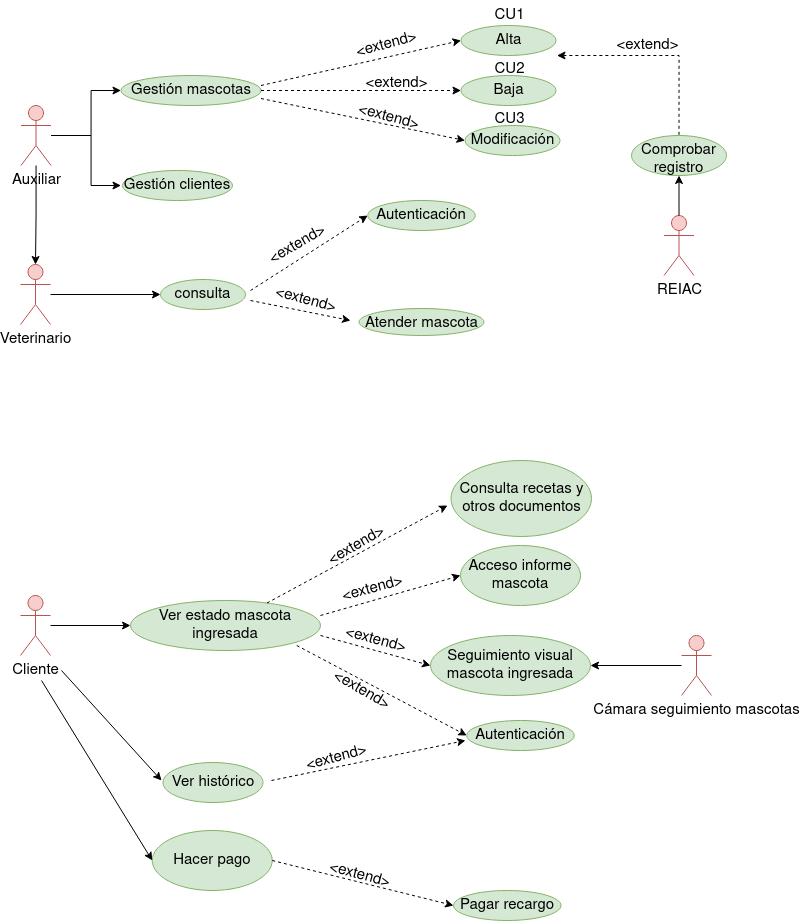
colidom/ets keeps this draw.io diagram as Tareas/casosUso/Tarea1/img/ClinicaVeterinaria.drawio.png. Above is the earlier version. Source tidied: cells renumbered, new cells last; positions are measured from the earlier drawing's top-left corner, leaving out a move shared by most shapes.
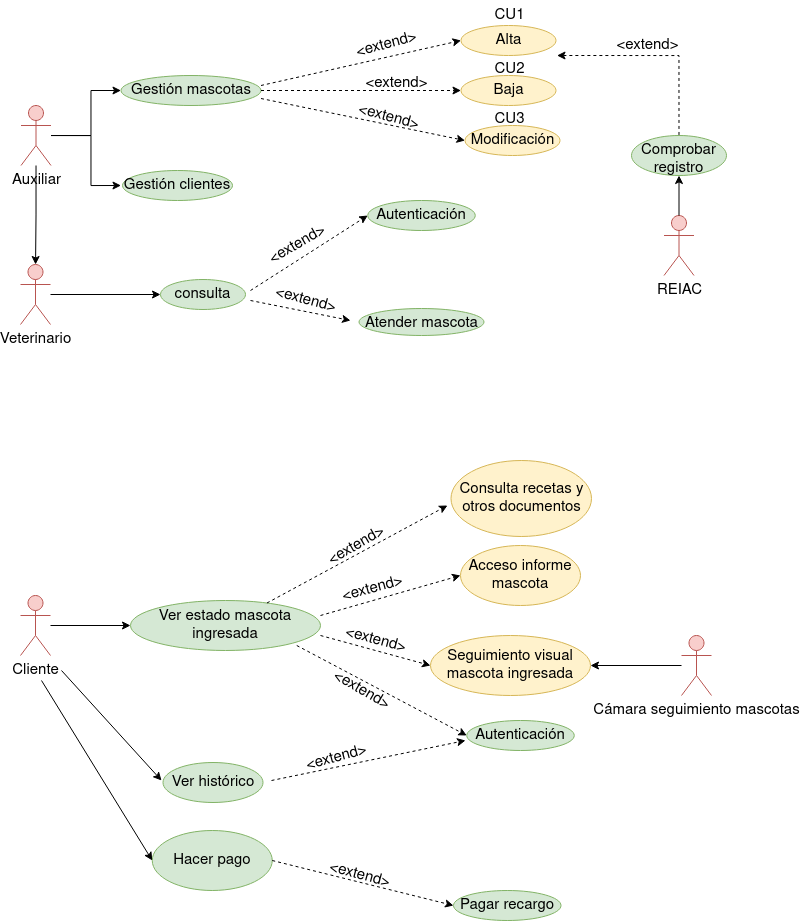
After the commit.

Change to the diagram source:
```diff
@@ -25,10 +25,10 @@
     <mxCell id="7" value="consulta" style="ellipse;whiteSpace=wrap;html=1;verticalAlign=top;fillColor=#d5e8d4;strokeColor=#82b366;fontSize=15;" parent="1" vertex="1">
       <mxGeometry x="140" y="279" width="85" height="30" as="geometry" />
     </mxCell>
-    <mxCell id="8" value="Baja" style="ellipse;whiteSpace=wrap;html=1;verticalAlign=top;fillColor=#d5e8d4;strokeColor=#82b366;fontSize=15;" parent="1" vertex="1">
+    <mxCell id="8" value="Baja" style="ellipse;whiteSpace=wrap;html=1;verticalAlign=top;fillColor=#fff2cc;strokeColor=#d6b656;fontSize=15;" parent="1" vertex="1">
       <mxGeometry x="440.5" y="75" width="95" height="30" as="geometry" />
     </mxCell>
-    <mxCell id="9" value="Modificación" style="ellipse;whiteSpace=wrap;html=1;verticalAlign=top;fillColor=#d5e8d4;strokeColor=#82b366;fontSize=15;" parent="1" vertex="1">
+    <mxCell id="9" value="Modificación" style="ellipse;whiteSpace=wrap;html=1;verticalAlign=top;fillColor=#fff2cc;strokeColor=#d6b656;fontSize=15;" parent="1" vertex="1">
       <mxGeometry x="444.5" y="125" width="95" height="30" as="geometry" />
     </mxCell>
     <mxCell id="10" style="edgeStyle=orthogonalEdgeStyle;rounded=0;jettySize=auto;html=1;fontSize=13;dashed=1;startArrow=classic;startFill=1;endArrow=none;endFill=0;" parent="1" edge="1" target="14">
@@ -36,7 +36,7 @@
         <mxPoint x="536.5" y="55" as="sourcePoint" />
       </mxGeometry>
     </mxCell>
-    <mxCell id="11" value="Alta" style="ellipse;whiteSpace=wrap;html=1;verticalAlign=top;fillColor=#d5e8d4;strokeColor=#82b366;fontSize=15;" parent="1" vertex="1">
+    <mxCell id="11" value="Alta" style="ellipse;whiteSpace=wrap;html=1;verticalAlign=top;fillColor=#fff2cc;strokeColor=#d6b656;fontSize=15;" parent="1" vertex="1">
       <mxGeometry x="440.5" y="25" width="95" height="30" as="geometry" />
     </mxCell>
     <mxCell id="12" value="REIAC" style="shape=umlActor;verticalLabelPosition=bottom;verticalAlign=top;html=1;outlineConnect=0;strokeColor=#b85450;fontSize=15;fillColor=#f8cecc;" parent="1" vertex="1">
@@ -130,10 +130,10 @@
     <mxCell id="36" value="Ver estado mascota ingresada" style="ellipse;whiteSpace=wrap;html=1;fontSize=15;fillColor=#d5e8d4;strokeColor=#82b366;" parent="1" vertex="1">
       <mxGeometry x="110" y="600" width="190" height="50" as="geometry" />
     </mxCell>
-    <mxCell id="37" value="Acceso informe mascota" style="ellipse;whiteSpace=wrap;html=1;fontSize=15;fillColor=#d5e8d4;strokeColor=#82b366;" parent="1" vertex="1">
+    <mxCell id="37" value="Acceso informe mascota" style="ellipse;whiteSpace=wrap;html=1;fontSize=15;fillColor=#fff2cc;strokeColor=#d6b656;" parent="1" vertex="1">
       <mxGeometry x="440" y="545" width="120" height="60" as="geometry" />
     </mxCell>
-    <mxCell id="38" value="Seguimiento visual mascota ingresada" style="ellipse;whiteSpace=wrap;html=1;fontSize=15;fillColor=#d5e8d4;strokeColor=#82b366;" parent="1" vertex="1">
+    <mxCell id="38" value="Seguimiento visual mascota ingresada" style="ellipse;whiteSpace=wrap;html=1;fontSize=15;fillColor=#fff2cc;strokeColor=#d6b656;" parent="1" vertex="1">
       <mxGeometry x="410" y="635" width="160" height="60" as="geometry" />
     </mxCell>
     <mxCell id="39" style="endArrow=classic;html=1;rounded=0;fontSize=15;entryX=0;entryY=0.5;entryDx=0;entryDy=0;dashed=1;exitX=1;exitY=0.3;exitDx=0;exitDy=0;exitPerimeter=0;" parent="1" edge="1" source="36" target="37">
@@ -162,7 +162,7 @@
     <mxCell id="46" value="&lt;font style=&quot;font-size: 15px;&quot;&gt;&amp;lt;extend&amp;gt;&lt;/font&gt;" style="text;html=1;align=center;verticalAlign=middle;strokeColor=none;fillColor=none;fontSize=15;rotation=30;" parent="1" vertex="1">
       <mxGeometry x="295.8" y="675" width="90" height="30" as="geometry" />
     </mxCell>
-    <mxCell id="47" value="Consulta recetas y otros documentos" style="ellipse;whiteSpace=wrap;html=1;fontSize=15;fillColor=#d5e8d4;strokeColor=#82b366;" parent="1" vertex="1">
+    <mxCell id="47" value="Consulta recetas y otros documentos" style="ellipse;whiteSpace=wrap;html=1;fontSize=15;fillColor=#fff2cc;strokeColor=#d6b656;" parent="1" vertex="1">
       <mxGeometry x="430.5" y="460" width="140.5" height="76" as="geometry" />
     </mxCell>
     <mxCell id="48" style="endArrow=classic;html=1;rounded=0;fontSize=15;dashed=1;entryX=-0.025;entryY=0.592;entryDx=0;entryDy=0;entryPerimeter=0;" parent="1" edge="1" source="36" target="47">
```
